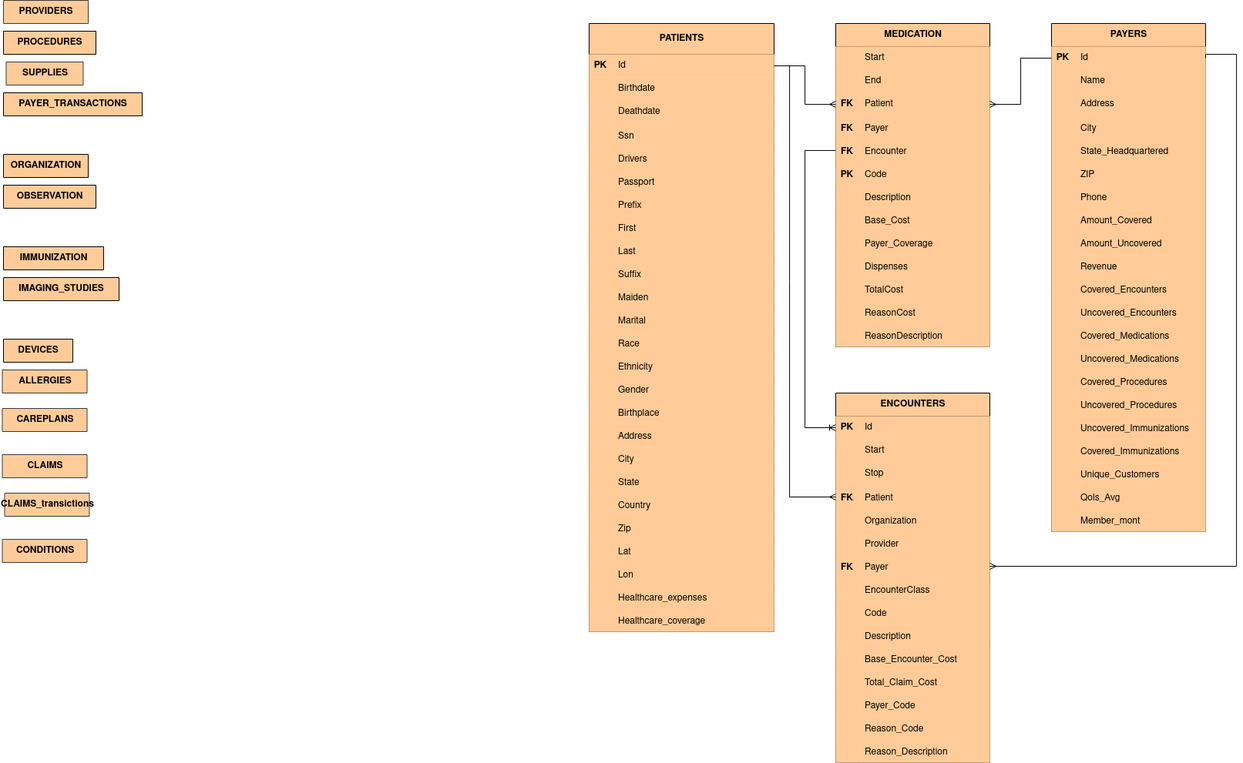
Before: BigDataProject.drawio.png, a diagram exported from draw.io (UtsuroNoArashi/BigDataProject). Source tidied: cells renumbered, new cells last; positions are measured from the earlier drawing's top-left corner, leaving out a move shared by most shapes.
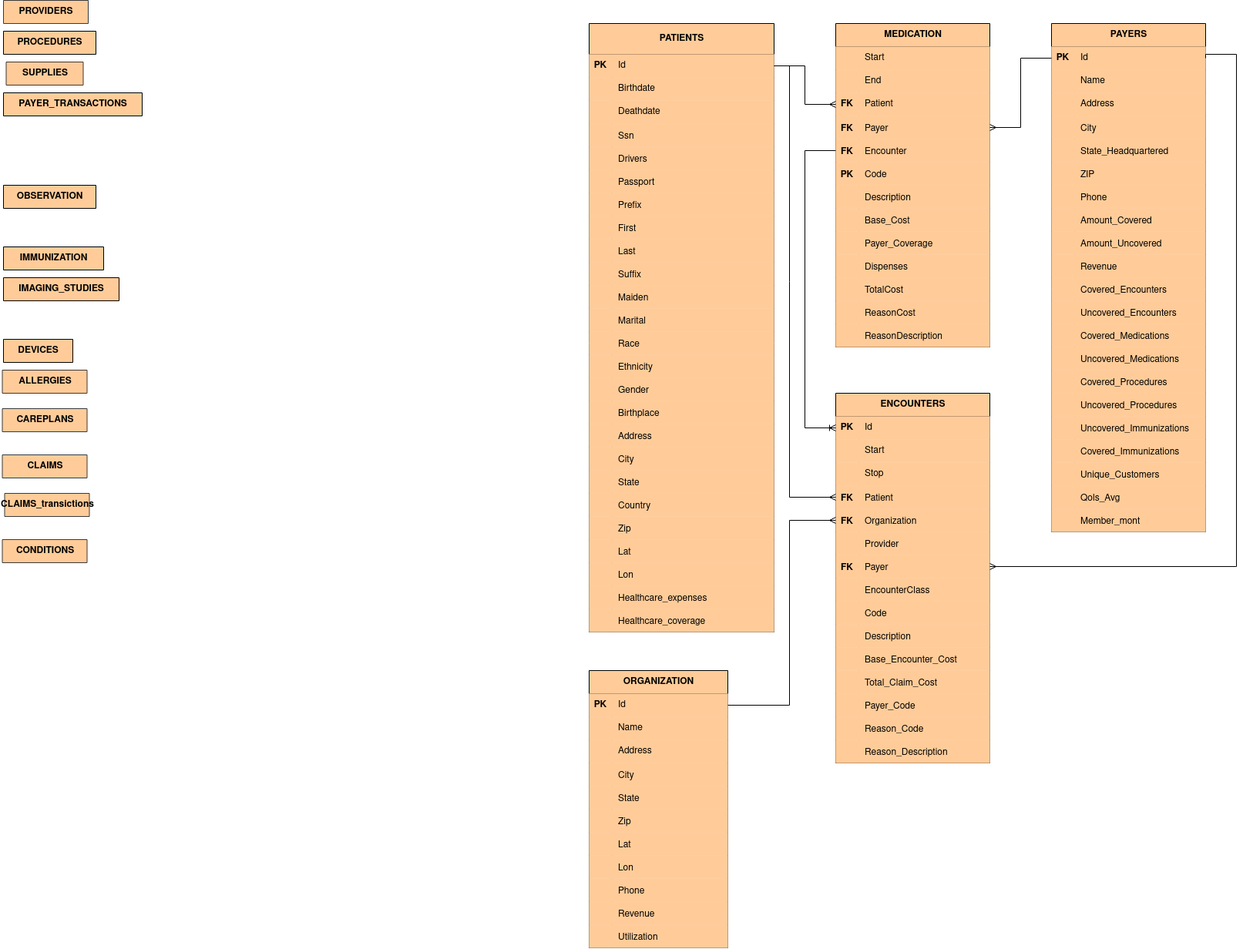
The same diagram one commit later.

What changed in the source:
```diff
@@ -443,9 +443,108 @@
     <mxCell id="148" value="Healthcare_coverage" style="shape=partialRectangle;fillColor=light-dark(#FFCC99,#B98351);top=0;left=0;bottom=0;right=0;align=left;spacingLeft=6;overflow=hidden;fontColor=light-dark(#000000,#000000);swimlaneFillColor=default;" parent="146" vertex="1">
       <mxGeometry x="30" width="210" height="30" as="geometry" />
     </mxCell>
-    <mxCell id="149" value="&lt;div&gt;ORGANIZATION&lt;/div&gt;" style="shape=table;startSize=30;rowLines=0;fontStyle=1;align=center;html=1;fontColor=light-dark(#000000,#000000);fillColor=light-dark(#FFCC99,#B98351);" parent="1" vertex="1" collapsed="1">
-      <mxGeometry x="2" y="200" width="110" height="30" as="geometry" />
+    <mxCell id="149" value="&lt;div&gt;ORGANIZATION&lt;/div&gt;" style="shape=table;startSize=30;rowLines=0;fontStyle=1;align=center;html=1;fontColor=light-dark(#000000,#000000);fillColor=light-dark(#FFCC99,#B98351);" parent="1" vertex="1">
+      <mxGeometry x="762" y="870" width="180" height="360" as="geometry" />
     </mxCell>
+    <mxCell id="247" style="shape=tableRow;horizontal=0;startSize=0;swimlaneHead=0;swimlaneBody=0;fillColor=light-dark(#FFCC99,#B98351);points=[[0,0.5],[1,0.5]];portConstraint=eastwest;top=0;left=0;right=0;bottom=0;fontColor=light-dark(#000000,#000000);" parent="149" vertex="1">
+      <mxGeometry y="30" width="180" height="30" as="geometry" />
+    </mxCell>
+    <mxCell id="248" value="&lt;div&gt;&lt;b&gt;PK&lt;/b&gt;&lt;/div&gt;" style="shape=partialRectangle;fillColor=light-dark(#FFCC99,#B98351);top=0;left=0;bottom=0;right=0;overflow=hidden;whiteSpace=wrap;html=1;fontColor=light-dark(#000000,#000000);" parent="247" vertex="1">
+      <mxGeometry width="30" height="30" as="geometry" />
+    </mxCell>
+    <mxCell id="249" value="Id" style="shape=partialRectangle;fillColor=light-dark(#FFCC99,#B98351);top=0;left=0;bottom=0;right=0;align=left;spacingLeft=6;overflow=hidden;whiteSpace=wrap;html=1;fontColor=light-dark(#000000,#000000);" parent="247" vertex="1">
+      <mxGeometry x="30" width="150" height="30" as="geometry" />
+    </mxCell>
+    <mxCell id="250" style="shape=tableRow;horizontal=0;startSize=0;swimlaneHead=0;swimlaneBody=0;fillColor=light-dark(#FFCC99,#B98351);top=0;left=0;right=0;bottom=0;fontColor=light-dark(#000000,#000000);" parent="149" vertex="1">
+      <mxGeometry y="60" width="180" height="30" as="geometry" />
+    </mxCell>
+    <mxCell id="251" style="shape=partialRectangle;fillColor=light-dark(#FFCC99,#B98351);top=0;left=0;bottom=0;right=0;overflow=hidden;whiteSpace=wrap;html=1;fontColor=light-dark(#000000,#000000);" parent="250" vertex="1">
+      <mxGeometry width="30" height="30" as="geometry" />
+    </mxCell>
+    <mxCell id="252" value="Name" style="shape=partialRectangle;fillColor=light-dark(#FFCC99,#B98351);top=0;left=0;bottom=0;right=0;align=left;spacingLeft=6;overflow=hidden;whiteSpace=wrap;html=1;fontColor=light-dark(#000000,#000000);" parent="250" vertex="1">
+      <mxGeometry x="30" width="150" height="30" as="geometry" />
+    </mxCell>
+    <mxCell id="253" style="shape=tableRow;horizontal=0;startSize=0;swimlaneHead=0;swimlaneBody=0;fillColor=light-dark(#FFCC99,#B98351);top=0;left=0;right=0;bottom=0;fontColor=light-dark(#000000,#000000);" parent="149" vertex="1">
+      <mxGeometry y="90" width="180" height="30" as="geometry" />
+    </mxCell>
+    <mxCell id="254" style="shape=partialRectangle;fillColor=light-dark(#FFCC99,#B98351);top=0;left=0;bottom=0;right=0;overflow=hidden;whiteSpace=wrap;html=1;fontColor=light-dark(#000000,#000000);" parent="253" vertex="1">
+      <mxGeometry width="30" height="30" as="geometry" />
+    </mxCell>
+    <mxCell id="255" value="Address" style="shape=partialRectangle;fillColor=light-dark(#FFCC99,#B98351);top=0;left=0;bottom=0;right=0;align=left;spacingLeft=6;overflow=hidden;whiteSpace=wrap;html=1;fontColor=light-dark(#000000,#000000);" parent="253" vertex="1">
+      <mxGeometry x="30" width="150" height="30" as="geometry" />
+    </mxCell>
+    <mxCell id="256" style="shape=tableRow;horizontal=0;startSize=0;swimlaneHead=0;swimlaneBody=0;fillColor=light-dark(#FFCC99,#B98351);top=0;left=0;right=0;bottom=0;fontColor=light-dark(#000000,#000000);" parent="149" vertex="1">
+      <mxGeometry y="120" width="180" height="30" as="geometry" />
+    </mxCell>
+    <mxCell id="257" style="shape=partialRectangle;fillColor=light-dark(#FFCC99,#B98351);top=0;left=0;bottom=0;right=0;overflow=hidden;fontColor=light-dark(#000000,#000000);" parent="256" vertex="1">
+      <mxGeometry width="30" height="30" as="geometry" />
+    </mxCell>
+    <mxCell id="258" value="City" style="shape=partialRectangle;fillColor=light-dark(#FFCC99,#B98351);top=0;left=0;bottom=0;right=0;align=left;spacingLeft=6;overflow=hidden;fontColor=light-dark(#000000,#000000);" parent="256" vertex="1">
+      <mxGeometry x="30" width="150" height="30" as="geometry" />
+    </mxCell>
+    <mxCell id="259" style="shape=tableRow;horizontal=0;startSize=0;swimlaneHead=0;swimlaneBody=0;fillColor=light-dark(#FFCC99,#B98351);top=0;left=0;right=0;bottom=0;fontColor=light-dark(#000000,#000000);" parent="149" vertex="1">
+      <mxGeometry y="150" width="180" height="30" as="geometry" />
+    </mxCell>
+    <mxCell id="260" style="shape=partialRectangle;fillColor=light-dark(#FFCC99,#B98351);top=0;left=0;bottom=0;right=0;overflow=hidden;fontColor=light-dark(#000000,#000000);" parent="259" vertex="1">
+      <mxGeometry width="30" height="30" as="geometry" />
+    </mxCell>
+    <mxCell id="261" value="State" style="shape=partialRectangle;fillColor=light-dark(#FFCC99,#B98351);top=0;left=0;bottom=0;right=0;align=left;spacingLeft=6;overflow=hidden;fontColor=light-dark(#000000,#000000);" parent="259" vertex="1">
+      <mxGeometry x="30" width="150" height="30" as="geometry" />
+    </mxCell>
+    <mxCell id="262" style="shape=tableRow;horizontal=0;startSize=0;swimlaneHead=0;swimlaneBody=0;fillColor=light-dark(#FFCC99,#B98351);top=0;left=0;right=0;bottom=0;fontColor=light-dark(#000000,#000000);" parent="149" vertex="1">
+      <mxGeometry y="180" width="180" height="30" as="geometry" />
+    </mxCell>
+    <mxCell id="263" style="shape=partialRectangle;fillColor=light-dark(#FFCC99,#B98351);top=0;left=0;bottom=0;right=0;overflow=hidden;fontColor=light-dark(#000000,#000000);" parent="262" vertex="1">
+      <mxGeometry width="30" height="30" as="geometry" />
+    </mxCell>
+    <mxCell id="264" value="Zip" style="shape=partialRectangle;fillColor=light-dark(#FFCC99,#B98351);top=0;left=0;bottom=0;right=0;align=left;spacingLeft=6;overflow=hidden;fontColor=light-dark(#000000,#000000);" parent="262" vertex="1">
+      <mxGeometry x="30" width="150" height="30" as="geometry" />
+    </mxCell>
+    <mxCell id="265" style="shape=tableRow;horizontal=0;startSize=0;swimlaneHead=0;swimlaneBody=0;fillColor=light-dark(#FFCC99,#B98351);top=0;left=0;right=0;bottom=0;fontColor=light-dark(#000000,#000000);" parent="149" vertex="1">
+      <mxGeometry y="210" width="180" height="30" as="geometry" />
+    </mxCell>
+    <mxCell id="266" style="shape=partialRectangle;fillColor=light-dark(#FFCC99,#B98351);top=0;left=0;bottom=0;right=0;overflow=hidden;fontColor=light-dark(#000000,#000000);" parent="265" vertex="1">
+      <mxGeometry width="30" height="30" as="geometry" />
+    </mxCell>
+    <mxCell id="267" value="Lat" style="shape=partialRectangle;fillColor=light-dark(#FFCC99,#B98351);top=0;left=0;bottom=0;right=0;align=left;spacingLeft=6;overflow=hidden;fontColor=light-dark(#000000,#000000);" parent="265" vertex="1">
+      <mxGeometry x="30" width="150" height="30" as="geometry" />
+    </mxCell>
+    <mxCell id="268" style="shape=tableRow;horizontal=0;startSize=0;swimlaneHead=0;swimlaneBody=0;fillColor=light-dark(#FFCC99,#B98351);top=0;left=0;right=0;bottom=0;fontColor=light-dark(#000000,#000000);" parent="149" vertex="1">
+      <mxGeometry y="240" width="180" height="30" as="geometry" />
+    </mxCell>
+    <mxCell id="269" style="shape=partialRectangle;fillColor=light-dark(#FFCC99,#B98351);top=0;left=0;bottom=0;right=0;overflow=hidden;fontColor=light-dark(#000000,#000000);" parent="268" vertex="1">
+      <mxGeometry width="30" height="30" as="geometry" />
+    </mxCell>
+    <mxCell id="270" value="Lon" style="shape=partialRectangle;fillColor=light-dark(#FFCC99,#B98351);top=0;left=0;bottom=0;right=0;align=left;spacingLeft=6;overflow=hidden;fontColor=light-dark(#000000,#000000);" parent="268" vertex="1">
+      <mxGeometry x="30" width="150" height="30" as="geometry" />
+    </mxCell>
+    <mxCell id="271" style="shape=tableRow;horizontal=0;startSize=0;swimlaneHead=0;swimlaneBody=0;fillColor=light-dark(#FFCC99,#B98351);top=0;left=0;right=0;bottom=0;fontColor=light-dark(#000000,#000000);" parent="149" vertex="1">
+      <mxGeometry y="270" width="180" height="30" as="geometry" />
+    </mxCell>
+    <mxCell id="272" style="shape=partialRectangle;fillColor=light-dark(#FFCC99,#B98351);top=0;left=0;bottom=0;right=0;overflow=hidden;fontColor=light-dark(#000000,#000000);" parent="271" vertex="1">
+      <mxGeometry width="30" height="30" as="geometry" />
+    </mxCell>
+    <mxCell id="273" value="Phone" style="shape=partialRectangle;fillColor=light-dark(#FFCC99,#B98351);top=0;left=0;bottom=0;right=0;align=left;spacingLeft=6;overflow=hidden;fontColor=light-dark(#000000,#000000);" parent="271" vertex="1">
+      <mxGeometry x="30" width="150" height="30" as="geometry" />
+    </mxCell>
+    <mxCell id="274" style="shape=tableRow;horizontal=0;startSize=0;swimlaneHead=0;swimlaneBody=0;fillColor=light-dark(#FFCC99,#B98351);top=0;left=0;right=0;bottom=0;fontColor=light-dark(#000000,#000000);" parent="149" vertex="1">
+      <mxGeometry y="300" width="180" height="30" as="geometry" />
+    </mxCell>
+    <mxCell id="275" style="shape=partialRectangle;fillColor=light-dark(#FFCC99,#B98351);top=0;left=0;bottom=0;right=0;overflow=hidden;fontColor=light-dark(#000000,#000000);" parent="274" vertex="1">
+      <mxGeometry width="30" height="30" as="geometry" />
+    </mxCell>
+    <mxCell id="276" value="Revenue" style="shape=partialRectangle;fillColor=light-dark(#FFCC99,#B98351);top=0;left=0;bottom=0;right=0;align=left;spacingLeft=6;overflow=hidden;fontColor=light-dark(#000000,#000000);" parent="274" vertex="1">
+      <mxGeometry x="30" width="150" height="30" as="geometry" />
+    </mxCell>
+    <mxCell id="277" style="shape=tableRow;horizontal=0;startSize=0;swimlaneHead=0;swimlaneBody=0;fillColor=light-dark(#FFCC99,#B98351);top=0;left=0;right=0;bottom=0;fontColor=light-dark(#000000,#000000);" parent="149" vertex="1">
+      <mxGeometry y="330" width="180" height="30" as="geometry" />
+    </mxCell>
+    <mxCell id="278" style="shape=partialRectangle;fillColor=light-dark(#FFCC99,#B98351);top=0;left=0;bottom=0;right=0;overflow=hidden;fontColor=light-dark(#000000,#000000);" parent="277" vertex="1">
+      <mxGeometry width="30" height="30" as="geometry" />
+    </mxCell>
+    <mxCell id="279" value="Utilization" style="shape=partialRectangle;fillColor=light-dark(#FFCC99,#B98351);top=0;left=0;bottom=0;right=0;align=left;spacingLeft=6;overflow=hidden;fontColor=light-dark(#000000,#000000);" parent="277" vertex="1">
+      <mxGeometry x="30" width="150" height="30" as="geometry" />
+    </mxCell>
     <mxCell id="150" value="OBSERVATION" style="shape=table;startSize=30;rowLines=0;fontStyle=1;align=center;html=1;fontColor=light-dark(#000000,#000000);fillColor=light-dark(#FFCC99,#B98351);" parent="1" vertex="1" collapsed="1">
       <mxGeometry x="2" y="240" width="120" height="30" as="geometry" />
     </mxCell>
@@ -623,7 +722,7 @@
     <mxCell id="208" style="shape=tableRow;horizontal=0;startSize=0;swimlaneHead=0;swimlaneBody=0;fillColor=light-dark(#FFCC99,#B98351);points=[[0,0.5],[1,0.5]];portConstraint=eastwest;top=0;left=0;right=0;bottom=0;fontColor=light-dark(#000000,#000000);" parent="195" vertex="1">
       <mxGeometry y="150" width="200" height="30" as="geometry" />
     </mxCell>
-    <mxCell id="209" style="shape=partialRectangle;fillColor=light-dark(#FFCC99,#B98351);top=0;left=0;bottom=0;right=0;overflow=hidden;fontColor=light-dark(#000000,#000000);" parent="208" vertex="1">
+    <mxCell id="209" value="FK" style="shape=partialRectangle;fillColor=light-dark(#FFCC99,#B98351);top=0;left=0;bottom=0;right=0;overflow=hidden;fontColor=light-dark(#000000,#000000);fontStyle=1;" parent="208" vertex="1">
       <mxGeometry width="30" height="30" as="geometry" />
     </mxCell>
     <mxCell id="210" value="Organization" style="shape=partialRectangle;fillColor=light-dark(#FFCC99,#B98351);top=0;left=0;bottom=0;right=0;align=left;spacingLeft=6;overflow=hidden;fontColor=light-dark(#000000,#000000);" parent="208" vertex="1">
@@ -750,8 +849,16 @@
     <mxCell id="245" style="edgeStyle=orthogonalEdgeStyle;rounded=0;jettySize=auto;html=1;exitX=1;exitY=0.5;exitDx=0;exitDy=0;endArrow=ERmany;endFill=0;" parent="1" edge="1" source="74" target="158">
       <mxGeometry relative="1" as="geometry" />
     </mxCell>
-    <mxCell id="246" style="edgeStyle=orthogonalEdgeStyle;rounded=0;jettySize=auto;html=1;exitX=0;exitY=0.5;exitDx=0;exitDy=0;entryX=1;entryY=0.5;entryDx=0;entryDy=0;endArrow=ERmany;endFill=0;" parent="1" edge="1" source="9" target="158">
+    <mxCell id="246" style="edgeStyle=orthogonalEdgeStyle;rounded=0;jettySize=auto;html=1;exitX=0;exitY=0.5;exitDx=0;exitDy=0;entryX=1;entryY=0.5;entryDx=0;entryDy=0;endArrow=ERmany;endFill=0;" parent="1" edge="1" source="9" target="161">
       <mxGeometry relative="1" as="geometry" />
     </mxCell>
+    <mxCell id="280" style="edgeStyle=orthogonalEdgeStyle;rounded=0;jettySize=auto;html=1;exitX=1;exitY=0.5;exitDx=0;exitDy=0;entryX=0;entryY=0.5;entryDx=0;entryDy=0;endArrow=ERmany;endFill=0;" parent="1" edge="1" source="247" target="208">
+      <mxGeometry relative="1" as="geometry">
+        <Array as="points">
+          <mxPoint x="1022" y="915" />
+          <mxPoint x="1022" y="675" />
+        </Array>
+      </mxGeometry>
+    </mxCell>
   </root>
 </mxGraphModel>
```
